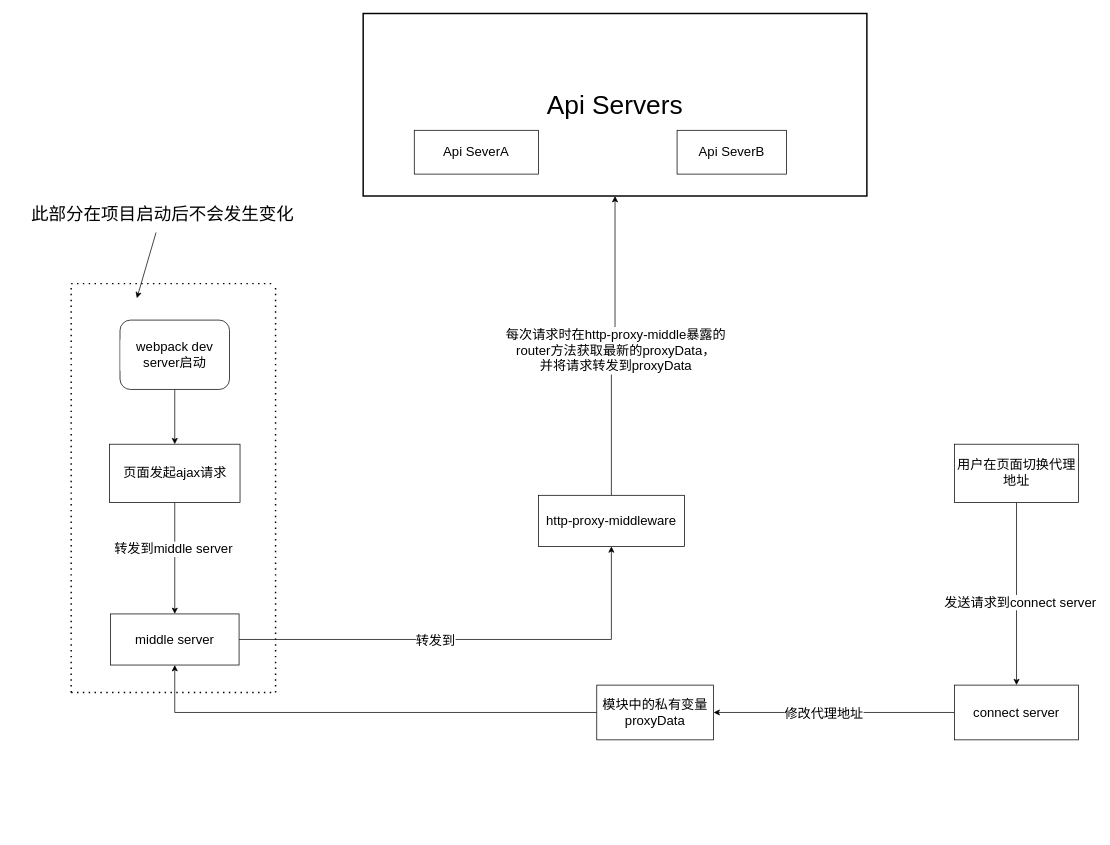
Above: src/assets/drawio/proxy-cli运行原理.drawio in xujintai123/proxy-cli (draw.io), before the change. Source tidied: cells renumbered, new cells numbered last; positions are measured from the earlier drawing's top-left corner, leaving out a move shared by most shapes. Both pictures are drawn from the tidied source at 73%, with x=0, y=0 at pixel (23, 13).
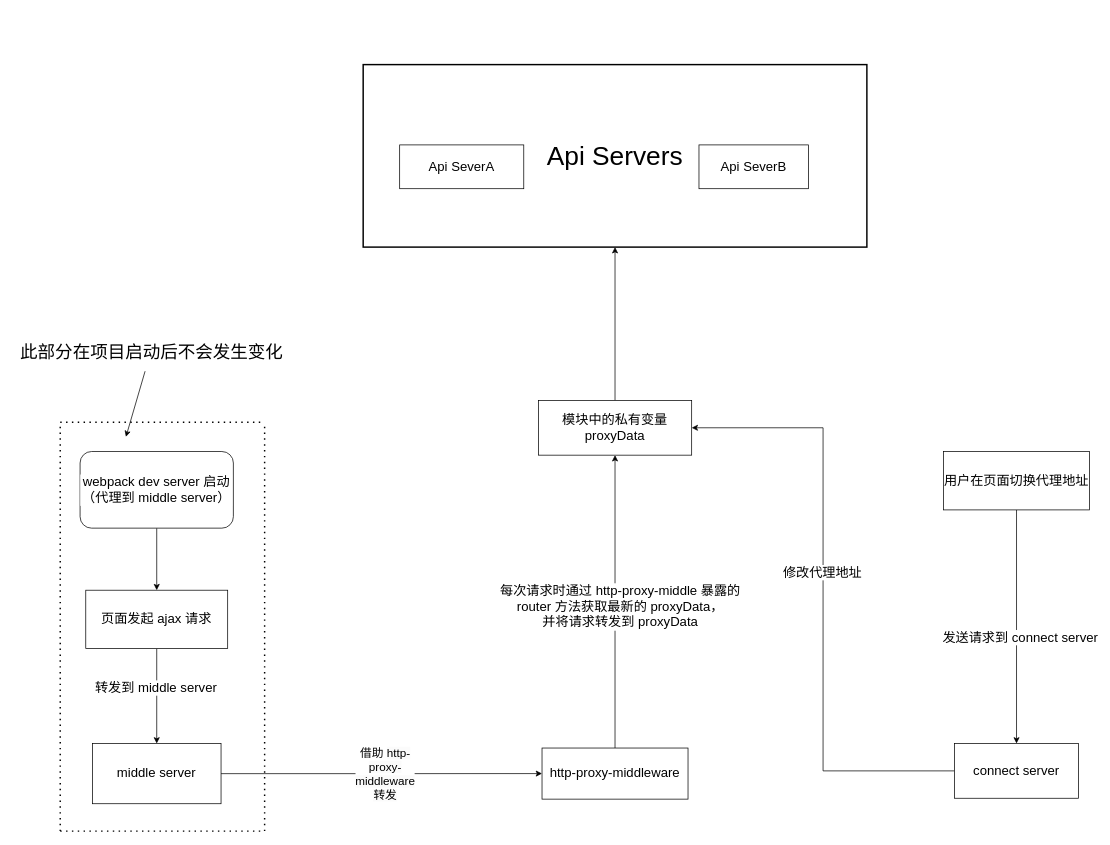
After the change.

Commit message (it also covers changes not shown here):
fix: 更新流程图

The change refers to these unchanged cells:
```xml
<mxCell id="2" style="edgeStyle=orthogonalEdgeStyle;rounded=0;jettySize=auto;html=1;fontSize=18;" parent="1" edge="1" source="4" target="9">
  <mxGeometry relative="1" as="geometry" />
</mxCell>
<mxCell id="10" style="edgeStyle=orthogonalEdgeStyle;rounded=0;jettySize=auto;html=1;exitX=0.5;exitY=1;exitDx=0;exitDy=0;entryX=0.5;entryY=0;entryDx=0;entryDy=0;fontSize=18;" parent="1" edge="1" source="15" target="14">
  <mxGeometry relative="1" as="geometry" />
</mxCell>
```

Diff of the diagram source:
```diff
@@
-    <mxCell id="3" value="发送请求到connect&amp;nbsp;server" style="edgeLabel;html=1;align=center;verticalAlign=middle;fontSize=18;" parent="2" vertex="1">
+    <mxCell id="3" value="发送请求到 connect&amp;nbsp;server" style="edgeLabel;html=1;align=center;verticalAlign=middle;fontSize=18;" parent="2" vertex="1">
       <mxGeometry x="0.09" y="4" relative="1" as="geometry" />
     </mxCell>
     <mxCell id="4" value="&lt;font style=&quot;font-size: 18px;&quot;&gt;用户在页面切换代理地址&lt;/font&gt;" style="rounded=0;whiteSpace=wrap;html=1;" parent="1" vertex="1">
-      <mxGeometry x="1275" y="590" width="170" height="80" as="geometry" />
+      <mxGeometry x="1260" y="600" width="200" height="80" as="geometry" />
     </mxCell>
-    <mxCell id="5" style="edgeStyle=orthogonalEdgeStyle;rounded=0;jettySize=auto;html=1;entryX=0.5;entryY=1;entryDx=0;entryDy=0;fontSize=18;fontColor=#000000;" parent="1" edge="1" source="6" target="14">
-      <mxGeometry relative="1" as="geometry" />
-    </mxCell>
+    <mxCell id="30" style="edgeStyle=orthogonalEdgeStyle;rounded=0;jettySize=auto;html=1;exitX=0.5;exitY=0;exitDx=0;exitDy=0;entryX=0.5;entryY=1;entryDx=0;entryDy=0;" parent="1" edge="1" source="6" target="23">
+      <mxGeometry relative="1" as="geometry" />
+    </mxCell>
     <mxCell id="6" value="模块中的私有变量proxyData" style="rounded=0;whiteSpace=wrap;html=1;fontSize=18;" parent="1" vertex="1">
-      <mxGeometry x="785" y="920" width="160" height="75" as="geometry" />
+      <mxGeometry x="705" y="530" width="210" height="75" as="geometry" />
     </mxCell>
@@
     <mxCell id="9" value="&lt;font style=&quot;font-size: 18px;&quot;&gt;connect&amp;nbsp;server&lt;/font&gt;" style="rounded=0;whiteSpace=wrap;html=1;" parent="1" vertex="1">
-      <mxGeometry x="1275" y="920" width="170" height="75" as="geometry" />
+      <mxGeometry x="1275" y="1000" width="170" height="75" as="geometry" />
     </mxCell>
@@
-    <mxCell id="11" value="转发到middle server" style="edgeLabel;html=1;align=center;verticalAlign=middle;fontSize=18;fontColor=#000000;" parent="10" vertex="1">
+    <mxCell id="11" value="转发到 middle server" style="edgeLabel;html=1;align=center;verticalAlign=middle;fontSize=18;fontColor=#000000;" parent="10" vertex="1">
       <mxGeometry x="-0.18" y="-2" relative="1" as="geometry" />
     </mxCell>
-    <mxCell id="12" style="edgeStyle=orthogonalEdgeStyle;rounded=0;jettySize=auto;html=1;entryX=0.5;entryY=1;entryDx=0;entryDy=0;fontSize=18;fontColor=#000000;" parent="1" edge="1" source="14" target="22">
+    <mxCell id="12" style="edgeStyle=orthogonalEdgeStyle;rounded=0;jettySize=auto;html=1;entryX=0;entryY=0.5;entryDx=0;entryDy=0;" parent="1" edge="1" source="14" target="22">
       <mxGeometry relative="1" as="geometry" />
     </mxCell>
-    <mxCell id="13" value="转发到" style="edgeLabel;html=1;align=center;verticalAlign=middle;fontSize=18;fontColor=#000000;" parent="12" vertex="1">
-      <mxGeometry x="-0.16" y="-1" relative="1" as="geometry" />
-    </mxCell>
+    <mxCell id="31" value="&lt;font style=&quot;font-size: 16px;&quot;&gt;借助&amp;nbsp;&lt;/font&gt;&lt;span style=&quot;font-size: 16px; text-wrap: wrap; background-color: rgb(251, 251, 251);&quot;&gt;http-proxy-middleware 转发&lt;/span&gt;" style="edgeLabel;html=1;align=center;verticalAlign=middle;fontSize=16;" parent="12" vertex="1">
+      <mxGeometry x="0.02" y="1" relative="1" as="geometry">
+        <mxPoint y="1" as="offset" />
+      </mxGeometry>
+    </mxCell>
     <mxCell id="14" value="middle server" style="rounded=0;whiteSpace=wrap;html=1;fontSize=18;" parent="1" vertex="1">
-      <mxGeometry x="118.8" y="822.5" width="176.2" height="70" as="geometry" />
+      <mxGeometry x="94.1" y="1000" width="176.2" height="82.5" as="geometry" />
     </mxCell>
-    <mxCell id="15" value="&lt;font style=&quot;font-size: 18px;&quot;&gt;页面发起ajax请求&lt;/font&gt;" style="rounded=0;whiteSpace=wrap;html=1;" parent="1" vertex="1">
-      <mxGeometry x="117.5" y="590" width="178.8" height="80" as="geometry" />
+    <mxCell id="15" value="&lt;font style=&quot;font-size: 18px;&quot;&gt;页面发起 ajax 请求&lt;/font&gt;" style="rounded=0;whiteSpace=wrap;html=1;" parent="1" vertex="1">
+      <mxGeometry x="85" y="790" width="194.4" height="80" as="geometry" />
     </mxCell>
@@
-    <mxCell id="17" value="webpack dev server启动" style="rounded=1;whiteSpace=wrap;html=1;labelBackgroundColor=#ffffff;fontSize=18;fontColor=#000000;" parent="1" vertex="1">
-      <mxGeometry x="131.9" y="420" width="150" height="95" as="geometry" />
+    <mxCell id="17" value="webpack dev server 启动（代理到&amp;nbsp;&lt;span style=&quot;text-wrap: nowrap;&quot;&gt;middle server&lt;/span&gt;）" style="rounded=1;whiteSpace=wrap;html=1;labelBackgroundColor=#ffffff;fontSize=18;fontColor=#000000;" parent="1" vertex="1">
+      <mxGeometry x="77.2" y="600" width="210" height="105" as="geometry" />
     </mxCell>
     <mxCell id="18" value="Api SeverA" style="rounded=0;whiteSpace=wrap;html=1;labelBackgroundColor=#ffffff;fontSize=18;fontColor=#000000;" parent="1" vertex="1">
-      <mxGeometry x="535" y="160" width="170" height="60" as="geometry" />
+      <mxGeometry x="515" y="180" width="170" height="60" as="geometry" />
     </mxCell>
     <mxCell id="19" value="Api SeverB" style="rounded=0;whiteSpace=wrap;html=1;labelBackgroundColor=#ffffff;fontSize=18;fontColor=#000000;" parent="1" vertex="1">
-      <mxGeometry x="895" y="160" width="150" height="60" as="geometry" />
+      <mxGeometry x="925" y="180" width="150" height="60" as="geometry" />
     </mxCell>
-    <mxCell id="20" style="edgeStyle=orthogonalEdgeStyle;rounded=0;jettySize=auto;html=1;exitX=0.5;exitY=0;exitDx=0;exitDy=0;entryX=0.5;entryY=1;entryDx=0;entryDy=0;fontSize=18;fontColor=#000000;" parent="1" edge="1" source="22" target="23">
-      <mxGeometry relative="1" as="geometry" />
-    </mxCell>
-    <mxCell id="21" value="每次请求时在http-proxy-middle暴露的&lt;br style=&quot;border-color: var(--border-color);&quot;&gt;router方法获取最新的proxyData，&lt;br style=&quot;border-color: var(--border-color);&quot;&gt;并将请求转发到proxyData" style="edgeLabel;html=1;align=center;verticalAlign=middle;fontSize=18;fontColor=#000000;" parent="20" vertex="1">
-      <mxGeometry x="-0.04" y="-5" relative="1" as="geometry" />
-    </mxCell>
+    <mxCell id="32" style="edgeStyle=orthogonalEdgeStyle;rounded=0;jettySize=auto;html=1;exitX=0.5;exitY=0;exitDx=0;exitDy=0;entryX=0.5;entryY=1;entryDx=0;entryDy=0;" parent="1" edge="1" source="22" target="6">
+      <mxGeometry relative="1" as="geometry" />
+    </mxCell>
+    <mxCell id="33" value="&lt;span style=&quot;font-size: 18px;&quot;&gt;每次请求时通过 http-proxy-middle 暴露的&lt;/span&gt;&lt;br style=&quot;font-size: 18px; border-color: var(--border-color);&quot;&gt;&lt;span style=&quot;font-size: 18px;&quot;&gt;router 方法获取最新的 proxyData，&lt;/span&gt;&lt;br style=&quot;font-size: 18px; border-color: var(--border-color);&quot;&gt;&lt;span style=&quot;font-size: 18px;&quot;&gt;并将请求转发到 proxyData&lt;/span&gt;" style="edgeLabel;html=1;align=center;verticalAlign=middle;" parent="32" vertex="1">
+      <mxGeometry x="-0.03" y="-6" relative="1" as="geometry">
+        <mxPoint y="1" as="offset" />
+      </mxGeometry>
+    </mxCell>
     <mxCell id="22" value="http-proxy-middleware" style="rounded=0;whiteSpace=wrap;html=1;fontSize=18;" parent="1" vertex="1">
-      <mxGeometry x="705" y="660" width="200" height="70" as="geometry" />
+      <mxGeometry x="710" y="1006.2" width="200" height="70" as="geometry" />
     </mxCell>
     <mxCell id="23" value="&lt;font style=&quot;font-size: 36px;&quot;&gt;Api Servers&lt;/font&gt;" style="rounded=0;whiteSpace=wrap;html=1;labelBackgroundColor=#ffffff;fontSize=18;fontColor=#000000;strokeWidth=2;strokeColor=default;perimeterSpacing=0;fillColor=none;" parent="1" vertex="1">
-      <mxGeometry x="465" width="690" height="250" as="geometry" />
+      <mxGeometry x="465" y="70" width="690" height="250" as="geometry" />
     </mxCell>
     <mxCell id="24" style="endArrow=none;dashed=1;html=1;dashPattern=1 3;strokeWidth=2;rounded=0;fontSize=36;fontColor=#000000;" parent="1" edge="1">
       <mxGeometry relative="1" as="geometry">
-        <mxPoint x="65" y="370" as="sourcePoint" />
-        <mxPoint x="345" y="370" as="targetPoint" />
+        <mxPoint x="50" y="560" as="sourcePoint" />
+        <mxPoint x="330" y="560" as="targetPoint" />
       </mxGeometry>
     </mxCell>
     <mxCell id="25" style="endArrow=none;dashed=1;html=1;dashPattern=1 3;strokeWidth=2;rounded=0;fontSize=36;fontColor=#000000;" parent="1" edge="1">
       <mxGeometry relative="1" as="geometry">
-        <mxPoint x="65" y="930" as="sourcePoint" />
-        <mxPoint x="65" y="370" as="targetPoint" />
+        <mxPoint x="50" y="1120" as="sourcePoint" />
+        <mxPoint x="50" y="560" as="targetPoint" />
       </mxGeometry>
     </mxCell>
     <mxCell id="26" style="endArrow=none;dashed=1;html=1;dashPattern=1 3;strokeWidth=2;rounded=0;fontSize=36;fontColor=#000000;" parent="1" edge="1">
       <mxGeometry relative="1" as="geometry">
-        <mxPoint x="345" y="930" as="sourcePoint" />
-        <mxPoint x="345" y="370" as="targetPoint" />
+        <mxPoint x="330" y="1120" as="sourcePoint" />
+        <mxPoint x="330" y="560" as="targetPoint" />
       </mxGeometry>
     </mxCell>
     <mxCell id="27" style="endArrow=none;dashed=1;html=1;dashPattern=1 3;strokeWidth=2;rounded=0;fontSize=36;fontColor=#000000;" parent="1" edge="1">
       <mxGeometry relative="1" as="geometry">
-        <mxPoint x="65" y="930" as="sourcePoint" />
-        <mxPoint x="345" y="930" as="targetPoint" />
+        <mxPoint x="50" y="1120" as="sourcePoint" />
+        <mxPoint x="330" y="1120" as="targetPoint" />
       </mxGeometry>
     </mxCell>
     <mxCell id="28" value="&lt;font style=&quot;font-size: 24px;&quot;&gt;此部分在项目启动后不会发生变化&lt;/font&gt;" style="text;html=1;align=center;verticalAlign=middle;points=[];strokeColor=none;fillColor=none;fontSize=36;fontColor=#000000;" parent="1" vertex="1">
-      <mxGeometry y="240" width="380" height="60" as="geometry" />
+      <mxGeometry x="-15" y="430" width="380" height="60" as="geometry" />
     </mxCell>
     <mxCell id="29" style="endArrow=classic;html=1;rounded=0;fontSize=24;fontColor=#000000;" parent="1" edge="1" source="28">
       <mxGeometry relative="1" as="geometry">
-        <mxPoint x="155" y="390" as="targetPoint" />
+        <mxPoint x="140" y="580" as="targetPoint" />
       </mxGeometry>
     </mxCell>
```
